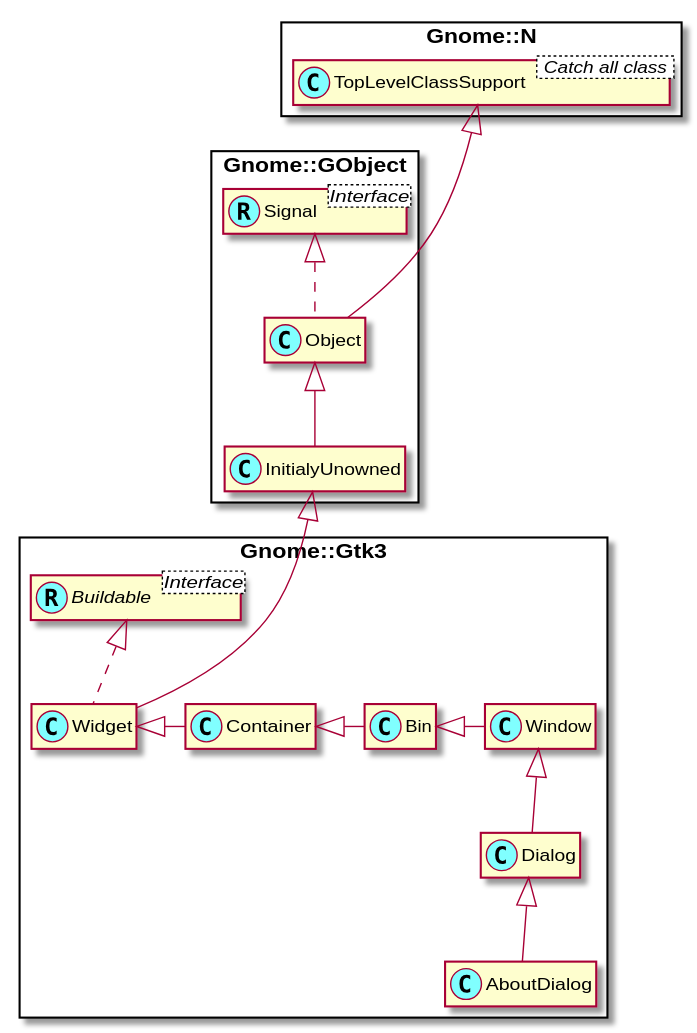
Before: docs/content-docs/reference/Gtk3/plantuml/AboutDialog.svg, a diagram exported from PlantUML (MARTIMM/gnome-gtk3).
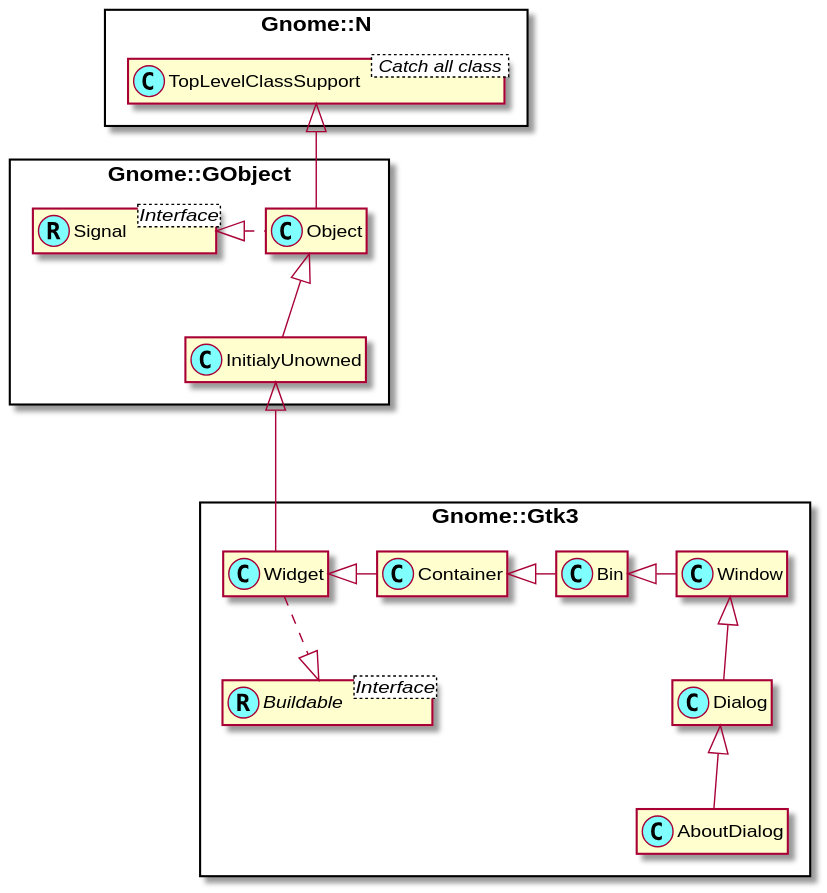
After the commit.

Commit message:
uml diagram change

Change to the diagram source:
```diff
@@ -15,19 +15,23 @@
 
 
 
-Gnome::N::TopLevelClassSupport <|--- Gnome::GObject::Object
+Gnome::N::TopLevelClassSupport <|-- Gnome::GObject::Object
 Gnome::GObject::Object <|-- Gnome::GObject::InitialyUnowned
-Gnome::GObject::Signal <|.. Gnome::GObject::Object
+Gnome::GObject::Signal <|. Gnome::GObject::Object
 
 Gnome::GObject::InitialyUnowned <|--- Gnome::Gtk3::Widget
 
 Gnome::Gtk3::Widget <|- Gnome::Gtk3::Container
+Gnome::Gtk3::Widget ..|> Gnome::Gtk3::Buildable
+
 Gnome::Gtk3::Container <|- Gnome::Gtk3::Bin
 Gnome::Gtk3::Bin <|- Gnome::Gtk3::Window
 Gnome::Gtk3::Window <|-- Gnome::Gtk3::Dialog
 
 Gnome::Gtk3::Dialog <|-- Gnome::Gtk3::AboutDialog
 
-Gnome::Gtk3::Buildable <|.. Gnome::Gtk3::Widget
+
+
+
 
 @enduml
```
